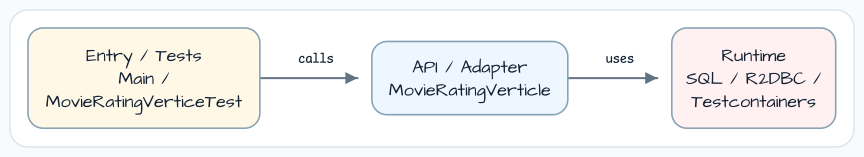
Above: docs/images/readme-diagrams/vertx-readme-architecture-01.png in bluetape4k/bluetape4k-workshop (Graphviz), before the change. Its source is kept beside it as docs/images/readme-diagrams/vertx-readme-architecture-01.dot. Its diagram source:
```dot
digraph G {
  graph [
    rankdir=LR,
    bgcolor="white",
    pad="0.35",
    nodesep="0.55",
    ranksep="0.75",
    splines=ortho,
    outputorder=edgesfirst
  ];
  node [
    shape=box,
    style="rounded,filled",
    penwidth=1.4,
    color="#88A3B5",
    fillcolor="#F6FAFF",
    fontname="Architects Daughter",
    fontsize=14,
    margin="0.14,0.10"
  ];
  edge [
    color="#637383",
    arrowsize=0.8,
    penwidth=1.5,
    fontname="Comic Mono",
    fontsize=11
  ];

  entry [label="Entry / Tests\nMain /\nMovieRatingVerticeTest", fillcolor="#FFF8E7"];
  api [label="API / Adapter\nMovieRatingVerticle", fillcolor="#EEF7FF"];
  runtime [label="Runtime\nSQL / R2DBC /\nTestcontainers", fillcolor="#FFF1F1"];

  entry -> api [label="calls"];
  api -> runtime [label="uses"];
}
```
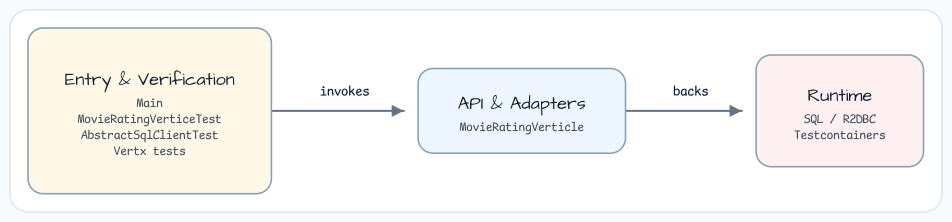
After the change.

Change to the diagram source:
```diff
@@ -3,8 +3,8 @@
     rankdir=LR,
     bgcolor="white",
     pad="0.35",
-    nodesep="0.55",
-    ranksep="0.75",
+    nodesep="0.70",
+    ranksep="0.95",
     splines=ortho,
     outputorder=edgesfirst
   ];
@@ -16,7 +16,7 @@
     fillcolor="#F6FAFF",
     fontname="Architects Daughter",
     fontsize=14,
-    margin="0.14,0.10"
+    margin="0.20,0.16"
   ];
   edge [
     color="#637383",
@@ -26,10 +26,10 @@
     fontsize=11
   ];
 
-  entry [label="Entry / Tests\nMain /\nMovieRatingVerticeTest", fillcolor="#FFF8E7"];
-  api [label="API / Adapter\nMovieRatingVerticle", fillcolor="#EEF7FF"];
-  runtime [label="Runtime\nSQL / R2DBC /\nTestcontainers", fillcolor="#FFF1F1"];
+  entry [label="Entry & Verification\nMain\nMovieRatingVerticeTest\nAbstractSqlClientTest\nVertx tests", fillcolor="#FFF8E7"];
+  api [label="API & Adapters\nMovieRatingVerticle", fillcolor="#EEF7FF"];
+  runtime [label="Runtime\nSQL / R2DBC\nTestcontainers", fillcolor="#FFF1F1"];
 
-  entry -> api [label="calls"];
-  api -> runtime [label="uses"];
+  entry -> api [label="invokes"];
+  api -> runtime [label="backs"];
 }
```
